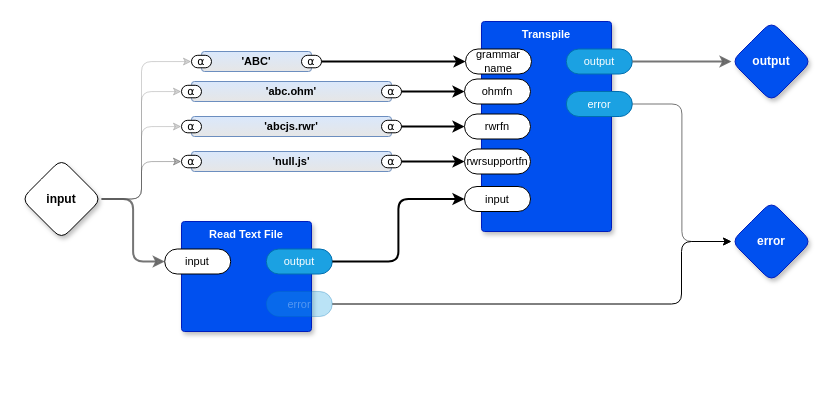
Earlier version of the draw.io diagram page "main" (1 of 4) of abc.drawio (guitarvydas/abc0d). Source tidied: cells renumbered, new cells numbered last; positions are measured from the earlier drawing's top-left corner, leaving out a move shared by most shapes. Both pictures are drawn from the tidied source at 100%, with x=0, y=0 at pixel (21, 21).
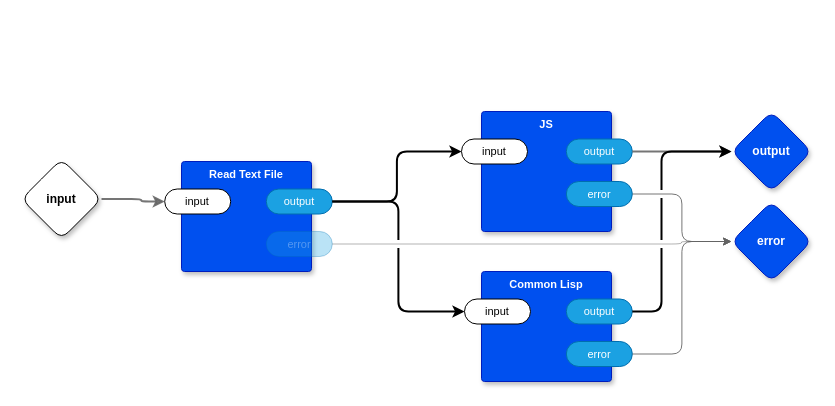
Above is the later version.

Unchanged cells that the change refers to:
```xml
<mxCell id="7" value="input" style="rhombus;whiteSpace=wrap;html=1;rounded=1;fontStyle=1;glass=0;sketch=0;fontSize=12;points=[[0,0.5,0,0,0],[0.5,0,0,0,0],[0.5,1,0,0,0],[1,0.5,0,0,0]];shadow=1;fontFamily=Helvetica;fontColor=default;" parent="1" vertex="1">
  <mxGeometry y="137.5" width="80" height="80" as="geometry" />
</mxCell>
<mxCell id="18" value="error" style="rhombus;whiteSpace=wrap;html=1;rounded=1;fillColor=#0050ef;fontColor=#ffffff;strokeColor=#001DBC;fontStyle=1;glass=0;sketch=0;fontSize=12;points=[[0,0.5,0,0,0],[0.5,0,0,0,0],[0.5,1,0,0,0],[1,0.5,0,0,0]];shadow=1;fontFamily=Helvetica;" parent="1" vertex="1">
  <mxGeometry x="710" y="180" width="80" height="80" as="geometry" />
</mxCell>
<mxCell id="21" value="input" style="rounded=1;whiteSpace=wrap;html=1;sketch=0;points=[[0,0.5,0,0,0],[1,0.5,0,0,0]];arcSize=50;fontFamily=Helvetica;fontSize=11;fontColor=default;" parent="20" vertex="1">
  <mxGeometry x="-16.8" y="27.5" width="66" height="25" as="geometry" />
</mxCell>
<mxCell id="22" value="output" style="rounded=1;whiteSpace=wrap;html=1;sketch=0;points=[[0,0.5,0,0,0],[1,0.5,0,0,0]];fillColor=#1ba1e2;fontColor=#ffffff;strokeColor=#006EAF;arcSize=50;fontFamily=Helvetica;fontSize=11;" parent="20" vertex="1">
  <mxGeometry x="84.8" y="27.5" width="66" height="25" as="geometry" />
</mxCell>
<mxCell id="23" value="error" style="rounded=1;whiteSpace=wrap;html=1;sketch=0;points=[[0,0.5,0,0,0],[1,0.5,0,0,0]];fillColor=#1ba1e2;fontColor=#ffffff;strokeColor=#006EAF;arcSize=50;fontFamily=Helvetica;fontSize=11;textOpacity=30;opacity=30;" parent="20" vertex="1">
  <mxGeometry x="84.8" y="70" width="66" height="25" as="geometry" />
</mxCell>
```

What changed in the source:
```diff
@@
     <mxCell id="2" style="edgeStyle=orthogonalEdgeStyle;shape=connector;rounded=1;jumpStyle=arc;jettySize=auto;html=1;exitX=1;exitY=0.5;exitDx=0;exitDy=0;exitPerimeter=0;entryX=0;entryY=0.5;entryDx=0;entryDy=0;entryPerimeter=0;labelBackgroundColor=default;strokeColor=#666666;strokeWidth=2;fontFamily=Helvetica;fontSize=11;fontColor=default;endArrow=classic;fillColor=#f5f5f5;opacity=90;" parent="1" edge="1" source="7" target="21">
-      <mxGeometry relative="1" as="geometry" />
+      <mxGeometry relative="1" as="geometry">
+        <Array as="points">
+          <mxPoint x="120" y="178" />
+          <mxPoint x="120" y="180" />
+        </Array>
+      </mxGeometry>
     </mxCell>
-    <mxCell id="3" style="edgeStyle=orthogonalEdgeStyle;shape=connector;rounded=1;jumpStyle=arc;jettySize=auto;html=1;exitX=1;exitY=0.5;exitDx=0;exitDy=0;exitPerimeter=0;entryX=0;entryY=0.5;entryDx=0;entryDy=0;entryPerimeter=0;labelBackgroundColor=default;strokeColor=#666666;strokeWidth=1;fontFamily=Helvetica;fontSize=11;fontColor=default;endArrow=classic;fillColor=#f5f5f5;opacity=30;" parent="1" edge="1" source="7" target="39">
-      <mxGeometry relative="1" as="geometry" />
-    </mxCell>
-    <mxCell id="4" style="edgeStyle=orthogonalEdgeStyle;shape=connector;rounded=1;jumpStyle=none;jettySize=auto;html=1;exitX=1;exitY=0.5;exitDx=0;exitDy=0;exitPerimeter=0;entryX=0;entryY=0.5;entryDx=0;entryDy=0;entryPerimeter=0;labelBackgroundColor=default;strokeColor=#666666;strokeWidth=1;fontFamily=Helvetica;fontSize=11;fontColor=default;endArrow=classic;fillColor=#f5f5f5;opacity=30;" parent="1" edge="1" source="7" target="35">
-      <mxGeometry relative="1" as="geometry" />
-    </mxCell>
-    <mxCell id="5" style="edgeStyle=orthogonalEdgeStyle;shape=connector;rounded=1;jumpStyle=none;jettySize=auto;html=1;exitX=1;exitY=0.5;exitDx=0;exitDy=0;exitPerimeter=0;entryX=0;entryY=0.5;entryDx=0;entryDy=0;entryPerimeter=0;labelBackgroundColor=default;strokeColor=#666666;strokeWidth=1;fontFamily=Helvetica;fontSize=11;fontColor=default;endArrow=classic;fillColor=#f5f5f5;opacity=30;" parent="1" edge="1" source="7" target="28">
-      <mxGeometry relative="1" as="geometry">
-        <Array as="points">
-          <mxPoint x="120" y="178" />
-          <mxPoint x="120" y="40" />
-        </Array>
-      </mxGeometry>
-    </mxCell>
-    <mxCell id="6" style="edgeStyle=orthogonalEdgeStyle;rounded=1;jettySize=auto;html=1;exitX=1;exitY=0.5;exitDx=0;exitDy=0;exitPerimeter=0;entryX=0;entryY=0.5;entryDx=0;entryDy=0;entryPerimeter=0;opacity=30;" parent="1" edge="1" source="7" target="31">
-      <mxGeometry relative="1" as="geometry" />
-    </mxCell>
@@
     <mxCell id="8" value="output" style="rhombus;whiteSpace=wrap;html=1;rounded=1;fillColor=#0050ef;fontColor=#ffffff;strokeColor=#001DBC;fontStyle=1;glass=0;sketch=0;fontSize=12;points=[[0,0.5,0,0,0],[0.5,0,0,0,0],[0.5,1,0,0,0],[1,0.5,0,0,0]];shadow=1;fontFamily=Helvetica;" parent="1" vertex="1">
-      <mxGeometry x="710" width="80" height="80" as="geometry" />
+      <mxGeometry x="710" y="90" width="80" height="80" as="geometry" />
     </mxCell>
-    <mxCell id="9" value="Transpile" style="rounded=1;whiteSpace=wrap;html=1;sketch=0;verticalAlign=top;arcSize=6;fontStyle=1;absoluteArcSize=1;shadow=1;strokeColor=#001DBC;fillColor=#0050ef;fontColor=#ffffff;fontFamily=Helvetica;fontSize=11;" parent="1" vertex="1">
-      <mxGeometry x="460" width="130" height="210" as="geometry" />
+    <mxCell id="9" value="JS" style="rounded=1;whiteSpace=wrap;html=1;sketch=0;verticalAlign=top;arcSize=6;fontStyle=1;absoluteArcSize=1;shadow=1;strokeColor=#001DBC;fillColor=#0050ef;fontColor=#ffffff;fontFamily=Helvetica;fontSize=11;" parent="1" vertex="1">
+      <mxGeometry x="460" y="90" width="130" height="120" as="geometry" />
     </mxCell>
-    <mxCell id="10" value="ohmfn" style="rounded=1;whiteSpace=wrap;html=1;sketch=0;points=[[0,0.5,0,0,0],[1,0.5,0,0,0]];arcSize=50;fontFamily=Helvetica;fontSize=11;fontColor=default;fontStyle=0;" parent="9" vertex="1">
-      <mxGeometry x="-17" y="57.5" width="66" height="25" as="geometry" />
-    </mxCell>
@@
-    <mxCell id="13" value="rwrfn" style="rounded=1;whiteSpace=wrap;html=1;sketch=0;points=[[0,0.5,0,0,0],[1,0.5,0,0,0]];arcSize=50;fontFamily=Helvetica;fontSize=11;fontColor=default;" parent="9" vertex="1">
-      <mxGeometry x="-17" y="92.5" width="66" height="25" as="geometry" />
-    </mxCell>
     <mxCell id="14" value="input" style="rounded=1;whiteSpace=wrap;html=1;sketch=0;points=[[0,0.5,0,0,0],[1,0.5,0,0,0]];arcSize=50;fontFamily=Helvetica;fontSize=11;fontColor=default;" parent="9" vertex="1">
-      <mxGeometry x="-17" y="165" width="66" height="25" as="geometry" />
+      <mxGeometry x="-20" y="27.5" width="66" height="25" as="geometry" />
     </mxCell>
-    <mxCell id="15" value="grammar name" style="rounded=1;whiteSpace=wrap;html=1;sketch=0;points=[[0,0.5,0,0,0],[1,0.5,0,0,0]];arcSize=50;fontFamily=Helvetica;fontSize=11;fontColor=default;" parent="9" vertex="1">
-      <mxGeometry x="-16" y="27.5" width="66" height="25" as="geometry" />
-    </mxCell>
-    <mxCell id="16" value="rwrsupportfn" style="rounded=1;whiteSpace=wrap;html=1;sketch=0;points=[[0,0.5,0,0,0],[1,0.5,0,0,0]];arcSize=50;fontFamily=Helvetica;fontSize=11;fontColor=default;" parent="9" vertex="1">
-      <mxGeometry x="-17" y="127.5" width="66" height="25" as="geometry" />
-    </mxCell>
@@
     <mxCell id="20" value="Read Text File" style="rounded=1;whiteSpace=wrap;html=1;sketch=0;verticalAlign=top;arcSize=6;fontStyle=1;absoluteArcSize=1;shadow=1;strokeColor=#001DBC;fillColor=#0050ef;fontColor=#ffffff;fontFamily=Helvetica;fontSize=11;" parent="1" vertex="1">
-      <mxGeometry x="160" y="200" width="130" height="110" as="geometry" />
+      <mxGeometry x="160" y="140" width="130" height="110" as="geometry" />
     </mxCell>
@@
+    <mxCell id="25" style="edgeStyle=orthogonalEdgeStyle;rounded=1;jettySize=auto;html=1;exitX=1;exitY=0.5;exitDx=0;exitDy=0;exitPerimeter=0;entryX=0;entryY=0.5;entryDx=0;entryDy=0;entryPerimeter=0;strokeWidth=1;opacity=30;jumpStyle=arc;" parent="1" edge="1" source="23" target="18">
+      <mxGeometry relative="1" as="geometry">
+        <Array as="points">
+          <mxPoint x="660" y="223" />
+          <mxPoint x="660" y="220" />
+        </Array>
+      </mxGeometry>
+    </mxCell>
+    <mxCell id="42" value="Common Lisp" style="rounded=1;whiteSpace=wrap;html=1;sketch=0;verticalAlign=top;arcSize=6;fontStyle=1;absoluteArcSize=1;shadow=1;strokeColor=#001DBC;fillColor=#0050ef;fontColor=#ffffff;fontFamily=Helvetica;fontSize=11;" parent="1" vertex="1">
+      <mxGeometry x="460" y="250" width="130" height="110" as="geometry" />
+    </mxCell>
+    <mxCell id="43" value="output" style="rounded=1;whiteSpace=wrap;html=1;sketch=0;points=[[0,0.5,0,0,0],[1,0.5,0,0,0]];fillColor=#1ba1e2;fontColor=#ffffff;strokeColor=#006EAF;arcSize=50;fontFamily=Helvetica;fontSize=11;" parent="42" vertex="1">
+      <mxGeometry x="84.8" y="27.5" width="66" height="25" as="geometry" />
+    </mxCell>
+    <mxCell id="44" value="error" style="rounded=1;whiteSpace=wrap;html=1;sketch=0;points=[[0,0.5,0,0,0],[1,0.5,0,0,0]];fillColor=#1ba1e2;fontColor=#ffffff;strokeColor=#006EAF;arcSize=50;fontFamily=Helvetica;fontSize=11;" parent="42" vertex="1">
+      <mxGeometry x="84.8" y="70" width="66" height="25" as="geometry" />
+    </mxCell>
+    <mxCell id="45" value="input" style="rounded=1;whiteSpace=wrap;html=1;sketch=0;points=[[0,0.5,0,0,0],[1,0.5,0,0,0]];arcSize=50;fontFamily=Helvetica;fontSize=11;fontColor=default;" parent="42" vertex="1">
+      <mxGeometry x="-17" y="27.5" width="66" height="25" as="geometry" />
+    </mxCell>
+    <mxCell id="46" style="edgeStyle=orthogonalEdgeStyle;shape=connector;rounded=1;jumpStyle=arc;jettySize=auto;html=1;exitX=1;exitY=0.5;exitDx=0;exitDy=0;exitPerimeter=0;labelBackgroundColor=default;strokeColor=#666666;strokeWidth=1;fontFamily=Helvetica;fontSize=11;fontColor=default;endArrow=classic;fillColor=#f5f5f5;opacity=90;entryX=0;entryY=0.5;entryDx=0;entryDy=0;entryPerimeter=0;" parent="1" edge="1" source="44" target="18">
+      <mxGeometry relative="1" as="geometry" />
+    </mxCell>
+    <mxCell id="47" style="edgeStyle=orthogonalEdgeStyle;shape=connector;curved=0;rounded=1;jumpStyle=gap;jettySize=auto;html=1;exitX=1;exitY=0.5;exitDx=0;exitDy=0;exitPerimeter=0;entryX=0;entryY=0.5;entryDx=0;entryDy=0;entryPerimeter=0;labelBackgroundColor=default;strokeColor=default;strokeWidth=2;align=center;verticalAlign=middle;fontFamily=Helvetica;fontSize=11;fontColor=default;endArrow=classic;" parent="1" edge="1" source="22" target="45">
+      <mxGeometry relative="1" as="geometry" />
+    </mxCell>
+    <mxCell id="48" style="edgeStyle=orthogonalEdgeStyle;shape=connector;curved=0;rounded=1;jumpStyle=gap;jettySize=auto;html=1;exitX=1;exitY=0.5;exitDx=0;exitDy=0;exitPerimeter=0;entryX=0;entryY=0.5;entryDx=0;entryDy=0;entryPerimeter=0;labelBackgroundColor=default;strokeColor=default;strokeWidth=2;align=center;verticalAlign=middle;fontFamily=Helvetica;fontSize=11;fontColor=default;endArrow=classic;" parent="1" edge="1" source="43" target="8">
+      <mxGeometry relative="1" as="geometry">
+        <Array as="points">
+          <mxPoint x="640" y="290" />
+          <mxPoint x="640" y="130" />
+        </Array>
+      </mxGeometry>
+    </mxCell>
-    <mxCell id="24" style="edgeStyle=orthogonalEdgeStyle;rounded=1;jettySize=auto;html=1;exitX=1;exitY=0.5;exitDx=0;exitDy=0;exitPerimeter=0;entryX=0;entryY=0.5;entryDx=0;entryDy=0;entryPerimeter=0;strokeWidth=2;" parent="1" edge="1" source="22" target="14">
+    <mxCell id="24" style="edgeStyle=orthogonalEdgeStyle;shape=connector;curved=0;rounded=1;jumpStyle=gap;jettySize=auto;html=1;exitX=1;exitY=0.5;exitDx=0;exitDy=0;exitPerimeter=0;entryX=0;entryY=0.5;entryDx=0;entryDy=0;entryPerimeter=0;labelBackgroundColor=default;strokeColor=default;strokeWidth=2;align=center;verticalAlign=middle;fontFamily=Helvetica;fontSize=11;fontColor=default;endArrow=classic;" parent="1" edge="1" source="22" target="14">
       <mxGeometry relative="1" as="geometry" />
     </mxCell>
-    <mxCell id="25" style="edgeStyle=orthogonalEdgeStyle;rounded=1;jettySize=auto;html=1;exitX=1;exitY=0.5;exitDx=0;exitDy=0;exitPerimeter=0;entryX=0;entryY=0.5;entryDx=0;entryDy=0;entryPerimeter=0;" parent="1" edge="1" source="23" target="18">
-      <mxGeometry relative="1" as="geometry">
-        <Array as="points">
-          <mxPoint x="660" y="283" />
-          <mxPoint x="660" y="220" />
-        </Array>
-      </mxGeometry>
-    </mxCell>
-    <mxCell id="26" value="'ABC'" style="rounded=1;whiteSpace=wrap;html=1;sketch=0;verticalAlign=middle;arcSize=6;fontStyle=1;absoluteArcSize=1;shadow=0;strokeColor=#6c8ebf;fillColor=#dae8fc;fontFamily=Helvetica;fontSize=11;gradientColor=#E6E6E6;" parent="1" vertex="1">
-      <mxGeometry x="180" y="30" width="110" height="20" as="geometry" />
-    </mxCell>
-    <mxCell id="27" value="⍺" style="rounded=1;whiteSpace=wrap;html=1;sketch=0;points=[[0,0.5,0,0,0],[1,0.5,0,0,0]];arcSize=50;fontFamily=Helvetica;fontSize=11;fontColor=default;" parent="26" vertex="1">
-      <mxGeometry x="100" y="3.8" width="20" height="12.5" as="geometry" />
-    </mxCell>
-    <mxCell id="28" value="⍺" style="rounded=1;whiteSpace=wrap;html=1;sketch=0;points=[[0,0.5,0,0,0],[1,0.5,0,0,0]];arcSize=50;fontFamily=Helvetica;fontSize=11;fontColor=default;" parent="26" vertex="1">
-      <mxGeometry x="-10" y="3.8" width="20" height="12.5" as="geometry" />
-    </mxCell>
-    <mxCell id="29" value="'null.js'" style="rounded=1;whiteSpace=wrap;html=1;sketch=0;verticalAlign=middle;arcSize=6;fontStyle=1;absoluteArcSize=1;shadow=0;strokeColor=#6c8ebf;fillColor=#dae8fc;fontFamily=Helvetica;fontSize=11;gradientColor=#E6E6E6;" parent="1" vertex="1">
-      <mxGeometry x="170" y="130" width="200" height="20" as="geometry" />
-    </mxCell>
-    <mxCell id="30" value="⍺" style="rounded=1;whiteSpace=wrap;html=1;sketch=0;points=[[0,0.5,0,0,0],[1,0.5,0,0,0]];arcSize=50;fontFamily=Helvetica;fontSize=11;fontColor=default;" parent="29" vertex="1">
-      <mxGeometry x="190" y="3.8" width="20" height="12.5" as="geometry" />
-    </mxCell>
-    <mxCell id="31" value="⍺" style="rounded=1;whiteSpace=wrap;html=1;sketch=0;points=[[0,0.5,0,0,0],[1,0.5,0,0,0]];arcSize=50;fontFamily=Helvetica;fontSize=11;fontColor=default;" parent="29" vertex="1">
-      <mxGeometry x="-10" y="3.8" width="20" height="12.5" as="geometry" />
-    </mxCell>
-    <mxCell id="32" style="edgeStyle=orthogonalEdgeStyle;shape=connector;rounded=1;jettySize=auto;html=1;entryX=0;entryY=0.5;entryDx=0;entryDy=0;entryPerimeter=0;labelBackgroundColor=default;strokeColor=default;strokeWidth=2;align=center;verticalAlign=middle;fontFamily=Helvetica;fontSize=11;fontColor=default;endArrow=classic;" parent="1" edge="1" source="30" target="16">
-      <mxGeometry relative="1" as="geometry" />
-    </mxCell>
-    <mxCell id="33" value="'abc.ohm'" style="rounded=1;whiteSpace=wrap;html=1;sketch=0;verticalAlign=middle;arcSize=6;fontStyle=1;absoluteArcSize=1;shadow=0;strokeColor=#6c8ebf;fillColor=#dae8fc;fontFamily=Helvetica;fontSize=11;gradientColor=#E6E6E6;" parent="1" vertex="1">
-      <mxGeometry x="170" y="60" width="200" height="20" as="geometry" />
-    </mxCell>
-    <mxCell id="34" value="⍺" style="rounded=1;whiteSpace=wrap;html=1;sketch=0;points=[[0,0.5,0,0,0],[1,0.5,0,0,0]];arcSize=50;fontFamily=Helvetica;fontSize=11;fontColor=default;" parent="33" vertex="1">
-      <mxGeometry x="190" y="3.8" width="20" height="12.5" as="geometry" />
-    </mxCell>
-    <mxCell id="35" value="⍺" style="rounded=1;whiteSpace=wrap;html=1;sketch=0;points=[[0,0.5,0,0,0],[1,0.5,0,0,0]];arcSize=50;fontFamily=Helvetica;fontSize=11;fontColor=default;" parent="33" vertex="1">
-      <mxGeometry x="-10" y="3.8" width="20" height="12.5" as="geometry" />
-    </mxCell>
-    <mxCell id="36" style="edgeStyle=orthogonalEdgeStyle;shape=connector;rounded=1;jettySize=auto;html=1;exitX=1;exitY=0.5;exitDx=0;exitDy=0;exitPerimeter=0;entryX=0;entryY=0.5;entryDx=0;entryDy=0;entryPerimeter=0;labelBackgroundColor=default;strokeColor=default;strokeWidth=2;align=center;verticalAlign=middle;fontFamily=Helvetica;fontSize=11;fontColor=default;endArrow=classic;" parent="1" edge="1" source="34" target="10">
-      <mxGeometry relative="1" as="geometry">
-        <Array as="points">
-          <mxPoint x="410" y="70" />
-          <mxPoint x="410" y="70" />
-        </Array>
-      </mxGeometry>
-    </mxCell>
-    <mxCell id="37" value="'abcjs.rwr'" style="rounded=1;whiteSpace=wrap;html=1;sketch=0;verticalAlign=middle;arcSize=6;fontStyle=1;absoluteArcSize=1;shadow=0;strokeColor=#6c8ebf;fillColor=#dae8fc;fontFamily=Helvetica;fontSize=11;gradientColor=#E6E6E6;" parent="1" vertex="1">
-      <mxGeometry x="170" y="95" width="200" height="20" as="geometry" />
-    </mxCell>
-    <mxCell id="38" value="⍺" style="rounded=1;whiteSpace=wrap;html=1;sketch=0;points=[[0,0.5,0,0,0],[1,0.5,0,0,0]];arcSize=50;fontFamily=Helvetica;fontSize=11;fontColor=default;" parent="37" vertex="1">
-      <mxGeometry x="190" y="3.8" width="20" height="12.5" as="geometry" />
-    </mxCell>
-    <mxCell id="39" value="⍺" style="rounded=1;whiteSpace=wrap;html=1;sketch=0;points=[[0,0.5,0,0,0],[1,0.5,0,0,0]];arcSize=50;fontFamily=Helvetica;fontSize=11;fontColor=default;" parent="37" vertex="1">
-      <mxGeometry x="-10" y="3.8" width="20" height="12.5" as="geometry" />
-    </mxCell>
-    <mxCell id="40" style="edgeStyle=orthogonalEdgeStyle;shape=connector;rounded=1;jettySize=auto;html=1;labelBackgroundColor=default;strokeColor=default;strokeWidth=2;align=center;verticalAlign=middle;fontFamily=Helvetica;fontSize=11;fontColor=default;endArrow=classic;" parent="1" edge="1" source="38" target="13">
-      <mxGeometry relative="1" as="geometry" />
-    </mxCell>
-    <mxCell id="41" style="edgeStyle=orthogonalEdgeStyle;shape=connector;rounded=1;jettySize=auto;html=1;exitX=1;exitY=0.5;exitDx=0;exitDy=0;exitPerimeter=0;entryX=0;entryY=0.5;entryDx=0;entryDy=0;entryPerimeter=0;labelBackgroundColor=default;strokeColor=default;strokeWidth=2;align=center;verticalAlign=middle;fontFamily=Helvetica;fontSize=11;fontColor=default;endArrow=classic;" parent="1" edge="1" source="27" target="15">
-      <mxGeometry relative="1" as="geometry" />
-    </mxCell>
```
